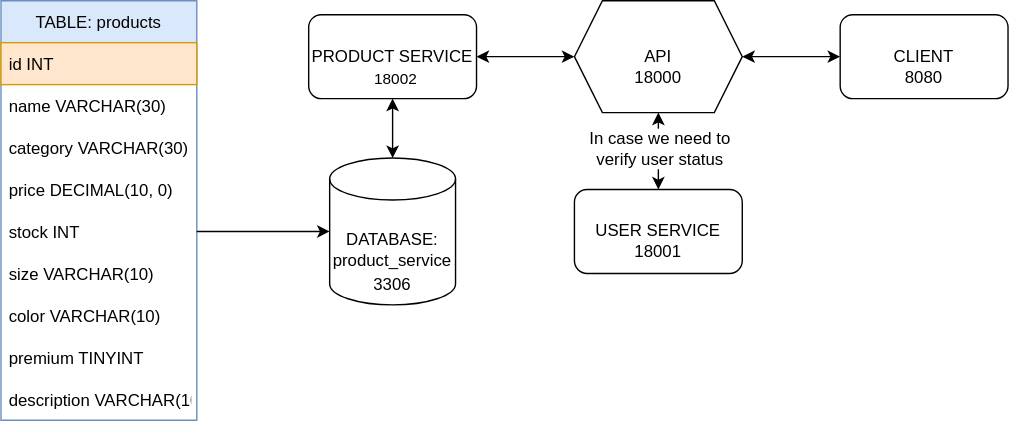
Above: assets/fullstack-toolbox-flows.drawio.svg in realfranser/fullstack-toolbox (draw.io), before the change. Source tidied: cells renumbered, new cells last; positions are measured from the earlier drawing's top-left corner, leaving out a move shared by most shapes.
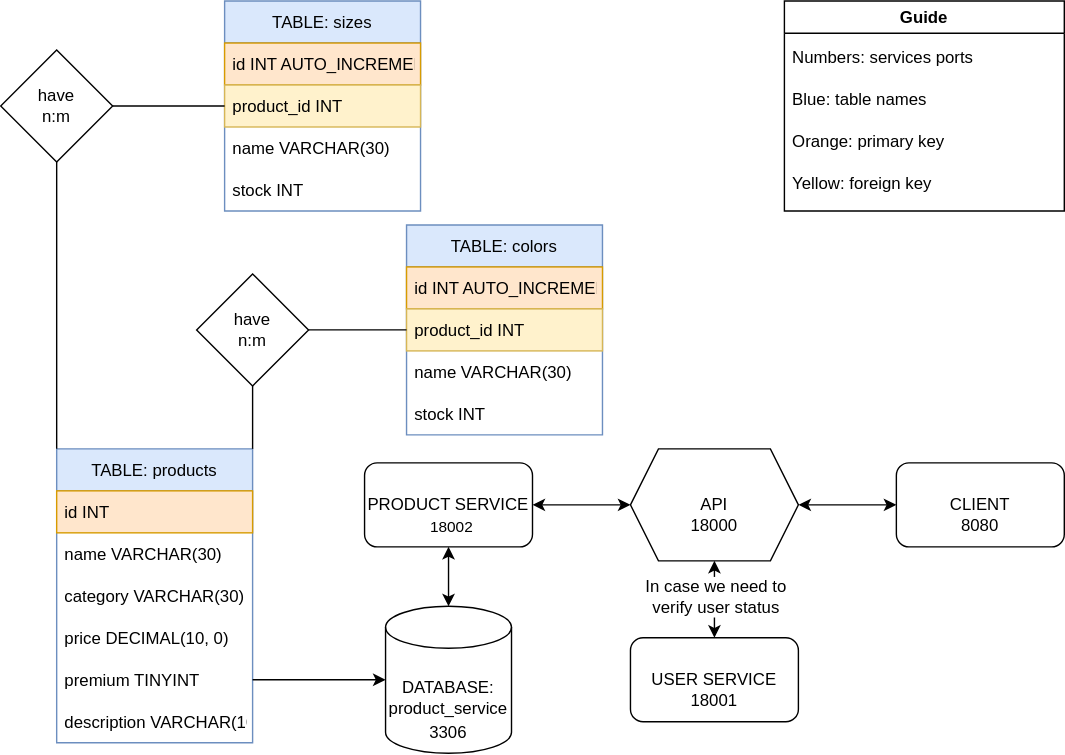
Above is the later version.

The edit, as a diff of the source:
```diff
@@ -3,7 +3,7 @@
     <mxCell id="0" />
     <mxCell id="1" parent="0" />
     <mxCell id="2" value="TABLE: products" style="swimlane;fontStyle=0;horizontal=1;startSize=30;fillColor=#dae8fc;strokeColor=#6c8ebf;" parent="1" vertex="1">
-      <mxGeometry width="140" height="300" as="geometry" />
+      <mxGeometry width="140" height="210" as="geometry" />
     </mxCell>
     <mxCell id="3" value="id INT" style="text;strokeColor=#d79b00;fillColor=#ffe6cc;align=left;verticalAlign=middle;spacingLeft=4;spacingRight=4;overflow=hidden;" parent="2" vertex="1">
       <mxGeometry y="30" width="140" height="30" as="geometry" />
@@ -17,20 +17,11 @@
     <mxCell id="6" value="price DECIMAL(10, 0)" style="text;strokeColor=none;fillColor=none;align=left;verticalAlign=middle;spacingLeft=4;spacingRight=4;overflow=hidden;" parent="2" vertex="1">
       <mxGeometry y="120" width="140" height="30" as="geometry" />
     </mxCell>
-    <mxCell id="7" value="stock INT" style="text;strokeColor=none;fillColor=none;align=left;verticalAlign=middle;spacingLeft=4;spacingRight=4;overflow=hidden;points=[[0,0.5],[1,0.5]];portConstraint=eastwest;" parent="2" vertex="1">
-      <mxGeometry y="150" width="140" height="30" as="geometry" />
-    </mxCell>
-    <mxCell id="8" value="size VARCHAR(10)" style="text;strokeColor=none;fillColor=none;align=left;verticalAlign=middle;spacingLeft=4;spacingRight=4;overflow=hidden;" parent="2" vertex="1">
-      <mxGeometry y="180" width="140" height="30" as="geometry" />
-    </mxCell>
-    <mxCell id="9" value="color VARCHAR(10)" style="text;strokeColor=none;fillColor=none;align=left;verticalAlign=middle;spacingLeft=4;spacingRight=4;overflow=hidden;" parent="2" vertex="1">
-      <mxGeometry y="210" width="140" height="30" as="geometry" />
-    </mxCell>
     <mxCell id="10" value="premium TINYINT" style="text;strokeColor=none;fillColor=none;align=left;verticalAlign=middle;spacingLeft=4;spacingRight=4;overflow=hidden;" parent="2" vertex="1">
-      <mxGeometry y="240" width="140" height="30" as="geometry" />
+      <mxGeometry y="150" width="140" height="30" as="geometry" />
     </mxCell>
     <mxCell id="11" value="description VARCHAR(100)" style="text;strokeColor=none;fillColor=none;align=left;verticalAlign=middle;spacingLeft=4;spacingRight=4;overflow=hidden;" parent="2" vertex="1">
-      <mxGeometry y="270" width="140" height="30" as="geometry" />
+      <mxGeometry y="180" width="140" height="30" as="geometry" />
     </mxCell>
     <mxCell id="12" style="endArrow=classic;startArrow=classic;html=1;rounded=0;entryX=0.5;entryY=1;entryDx=0;entryDy=0;exitX=0.5;exitY=0;exitDx=0;exitDy=0;exitPerimeter=0;" parent="1" edge="1" source="20" target="13">
       <mxGeometry relative="1" as="geometry" />
@@ -66,8 +57,10 @@
     <mxCell id="21" value="3306" style="text;html=1;strokeColor=none;fillColor=none;align=center;verticalAlign=middle;whiteSpace=wrap;rounded=0;fontSize=12;" parent="1" vertex="1">
       <mxGeometry x="250" y="187.5" width="60" height="30" as="geometry" />
     </mxCell>
-    <mxCell id="22" style="endArrow=classic;html=1;rounded=0;fontSize=12;exitX=1;exitY=0.5;exitDx=0;exitDy=0;entryX=0;entryY=0.5;entryDx=0;entryDy=0;entryPerimeter=0;" parent="1" edge="1" source="7" target="20">
-      <mxGeometry relative="1" as="geometry" />
+    <mxCell id="22" style="endArrow=classic;html=1;rounded=0;fontSize=12;exitX=1;exitY=0.5;exitDx=0;exitDy=0;entryX=0;entryY=0.5;entryDx=0;entryDy=0;entryPerimeter=0;" parent="1" edge="1" target="20">
+      <mxGeometry relative="1" as="geometry">
+        <mxPoint x="140" y="165" as="sourcePoint" />
+      </mxGeometry>
     </mxCell>
     <mxCell id="23" value="18000" style="text;html=1;strokeColor=none;fillColor=none;align=center;verticalAlign=middle;whiteSpace=wrap;rounded=0;fontSize=12;" parent="1" vertex="1">
       <mxGeometry x="440" y="40" width="60" height="30" as="geometry" />
@@ -84,5 +77,68 @@
     <mxCell id="27" value="8080" style="text;html=1;strokeColor=none;fillColor=none;align=center;verticalAlign=middle;whiteSpace=wrap;rounded=0;fontSize=12;" parent="1" vertex="1">
       <mxGeometry x="630" y="40" width="60" height="30" as="geometry" />
     </mxCell>
+    <mxCell id="28" style="endArrow=none;html=1;rounded=0;entryX=0;entryY=0;entryDx=0;entryDy=0;exitX=0.5;exitY=1;exitDx=0;exitDy=0;" parent="1" edge="1" source="30" target="2">
+      <mxGeometry relative="1" as="geometry" />
+    </mxCell>
+    <mxCell id="29" style="endArrow=none;html=1;rounded=0;exitX=1;exitY=0;exitDx=0;exitDy=0;entryX=0.5;entryY=1;entryDx=0;entryDy=0;" parent="1" edge="1" source="2" target="31">
+      <mxGeometry relative="1" as="geometry" />
+    </mxCell>
+    <mxCell id="30" value="have&lt;br&gt;n:m" style="rhombus;whiteSpace=wrap;html=1;" parent="1" vertex="1">
+      <mxGeometry x="-40" y="-285" width="80" height="80" as="geometry" />
+    </mxCell>
+    <mxCell id="31" value="have&lt;br&gt;n:m" style="rhombus;whiteSpace=wrap;html=1;" parent="1" vertex="1">
+      <mxGeometry x="100" y="-125" width="80" height="80" as="geometry" />
+    </mxCell>
+    <mxCell id="32" value="TABLE: colors" style="swimlane;fontStyle=0;horizontal=1;startSize=30;fillColor=#dae8fc;strokeColor=#6c8ebf;" parent="1" vertex="1">
+      <mxGeometry x="250" y="-160" width="140" height="150" as="geometry" />
+    </mxCell>
+    <mxCell id="33" value="id INT AUTO_INCREMENT" style="text;strokeColor=#d79b00;fillColor=#ffe6cc;align=left;verticalAlign=middle;spacingLeft=4;spacingRight=4;overflow=hidden;" parent="32" vertex="1">
+      <mxGeometry y="30" width="140" height="30" as="geometry" />
+    </mxCell>
+    <mxCell id="34" value="product_id INT" style="text;strokeColor=#d6b656;fillColor=#fff2cc;align=left;verticalAlign=middle;spacingLeft=4;spacingRight=4;overflow=hidden;points=[[0,0.5],[1,0.5]];portConstraint=eastwest;" parent="32" vertex="1">
+      <mxGeometry y="60" width="140" height="30" as="geometry" />
+    </mxCell>
+    <mxCell id="35" value="name VARCHAR(30)" style="text;strokeColor=none;fillColor=none;align=left;verticalAlign=middle;spacingLeft=4;spacingRight=4;overflow=hidden;" parent="32" vertex="1">
+      <mxGeometry y="90" width="140" height="30" as="geometry" />
+    </mxCell>
+    <mxCell id="36" value="stock INT" style="text;strokeColor=none;fillColor=none;align=left;verticalAlign=middle;spacingLeft=4;spacingRight=4;overflow=hidden;" parent="32" vertex="1">
+      <mxGeometry y="120" width="140" height="30" as="geometry" />
+    </mxCell>
+    <mxCell id="37" value="TABLE: sizes" style="swimlane;fontStyle=0;horizontal=1;startSize=30;fillColor=#dae8fc;strokeColor=#6c8ebf;" parent="1" vertex="1">
+      <mxGeometry x="120" y="-320" width="140" height="150" as="geometry" />
+    </mxCell>
+    <mxCell id="38" value="id INT AUTO_INCREMENT" style="text;strokeColor=#d79b00;fillColor=#ffe6cc;align=left;verticalAlign=middle;spacingLeft=4;spacingRight=4;overflow=hidden;" parent="37" vertex="1">
+      <mxGeometry y="30" width="140" height="30" as="geometry" />
+    </mxCell>
+    <mxCell id="39" value="product_id INT" style="text;strokeColor=#d6b656;fillColor=#fff2cc;align=left;verticalAlign=middle;spacingLeft=4;spacingRight=4;overflow=hidden;" parent="37" vertex="1">
+      <mxGeometry y="60" width="140" height="30" as="geometry" />
+    </mxCell>
+    <mxCell id="40" value="name VARCHAR(30)" style="text;strokeColor=none;fillColor=none;align=left;verticalAlign=middle;spacingLeft=4;spacingRight=4;overflow=hidden;" parent="37" vertex="1">
+      <mxGeometry y="90" width="140" height="30" as="geometry" />
+    </mxCell>
+    <mxCell id="41" value="stock INT" style="text;strokeColor=none;fillColor=none;align=left;verticalAlign=middle;spacingLeft=4;spacingRight=4;overflow=hidden;" parent="37" vertex="1">
+      <mxGeometry y="120" width="140" height="30" as="geometry" />
+    </mxCell>
+    <mxCell id="42" style="endArrow=none;html=1;rounded=0;exitX=1;exitY=0.5;exitDx=0;exitDy=0;entryX=0;entryY=0.5;entryDx=0;entryDy=0;" parent="1" edge="1" source="31" target="34">
+      <mxGeometry relative="1" as="geometry" />
+    </mxCell>
+    <mxCell id="43" style="endArrow=none;html=1;rounded=0;exitX=1;exitY=0.5;exitDx=0;exitDy=0;entryX=0;entryY=0.5;entryDx=0;entryDy=0;" parent="1" edge="1" source="30" target="37">
+      <mxGeometry relative="1" as="geometry" />
+    </mxCell>
+    <mxCell id="44" value="Guide" style="swimlane;" parent="1" vertex="1">
+      <mxGeometry x="520" y="-320" width="200" height="150" as="geometry" />
+    </mxCell>
+    <mxCell id="45" value="Numbers: services ports" style="text;strokeColor=none;fillColor=none;align=left;verticalAlign=middle;spacingLeft=4;spacingRight=4;overflow=hidden;" parent="44" vertex="1">
+      <mxGeometry y="25" width="190" height="30" as="geometry" />
+    </mxCell>
+    <mxCell id="46" value="Blue: table names" style="text;strokeColor=none;fillColor=none;align=left;verticalAlign=middle;spacingLeft=4;spacingRight=4;overflow=hidden;" parent="44" vertex="1">
+      <mxGeometry y="55" width="190" height="30" as="geometry" />
+    </mxCell>
+    <mxCell id="47" value="Orange: primary key" style="text;strokeColor=none;fillColor=none;align=left;verticalAlign=middle;spacingLeft=4;spacingRight=4;overflow=hidden;" parent="44" vertex="1">
+      <mxGeometry y="85" width="190" height="30" as="geometry" />
+    </mxCell>
+    <mxCell id="48" value="Yellow: foreign key" style="text;strokeColor=none;fillColor=none;align=left;verticalAlign=middle;spacingLeft=4;spacingRight=4;overflow=hidden;" parent="44" vertex="1">
+      <mxGeometry y="115" width="190" height="30" as="geometry" />
+    </mxCell>
   </root>
 </mxGraphModel>
```
